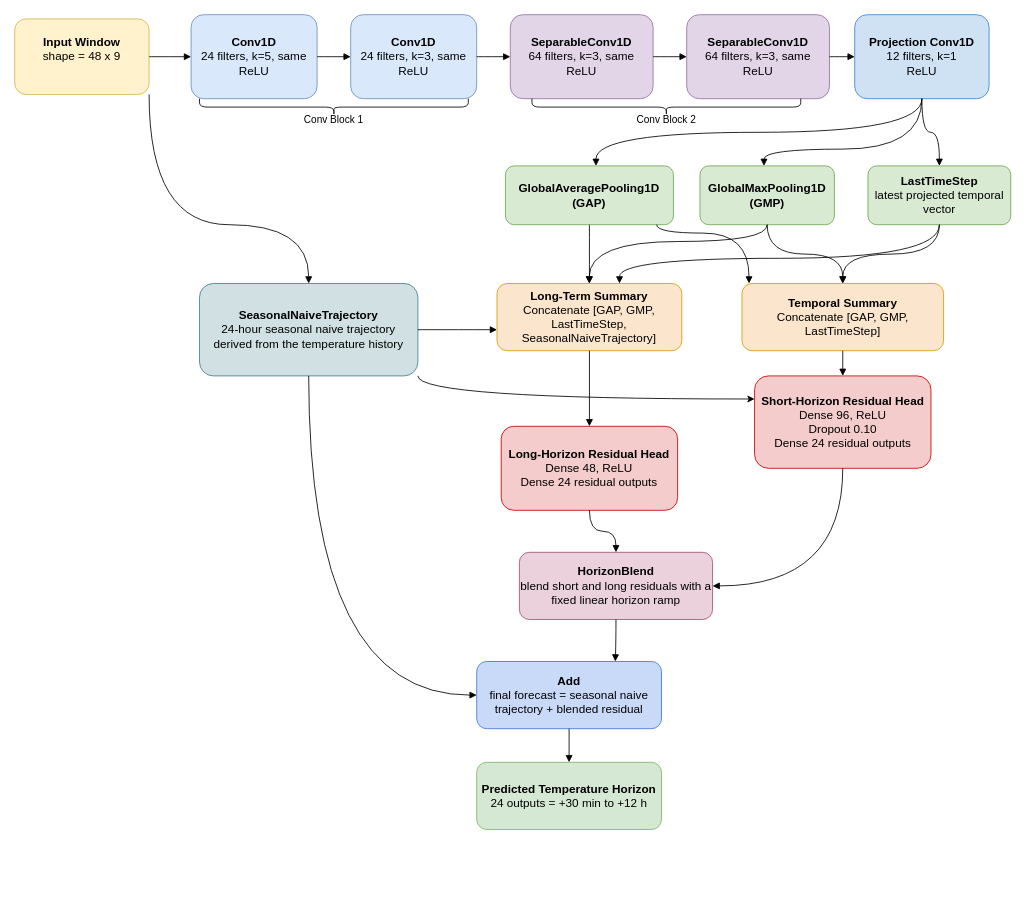
Above: page "1D CNN Model" (7 of 11) of tinyml_home_weather_forecasting.drawio in rishi-latchmepersad/TinyML-Home-Weather-Forecasting (draw.io), before the change. Source tidied: cells renumbered, new cells numbered last; positions are measured from the earlier drawing's top-left corner, leaving out a move shared by most shapes. Both pictures are drawn from the tidied source at 84%, with x=0, y=0 at pixel (14, 14).
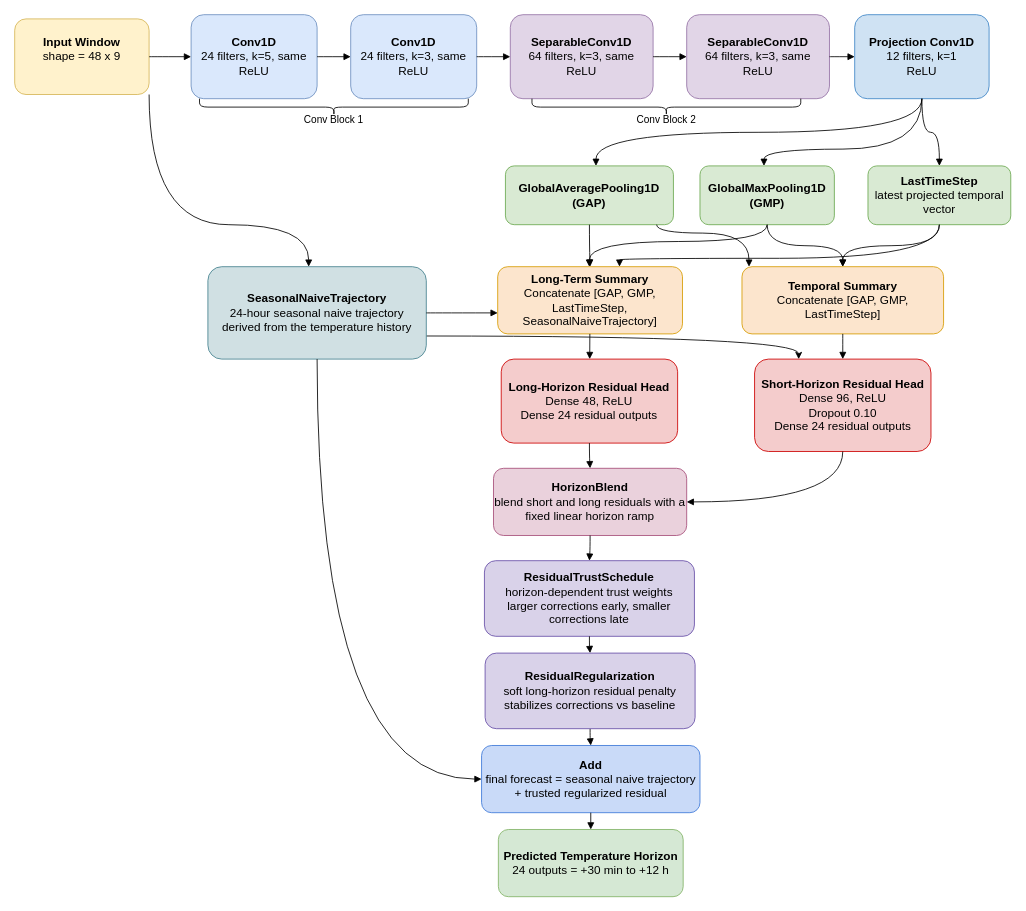
The same diagram, later.

What changed in the source:
```diff
@@
     <mxCell id="11" value="&lt;b&gt;Temporal Summary&lt;/b&gt;&lt;div&gt;Concatenate [GAP, GMP, LastTimeStep]&lt;/div&gt;" style="rounded=1;whiteSpace=wrap;html=1;fillColor=#fce5cd;strokeColor=#d79b00;fontSize=14;" parent="1" vertex="1">
-      <mxGeometry x="865.8" y="320" width="240" height="80" as="geometry" />
+      <mxGeometry x="865.8" y="300" width="240" height="80" as="geometry" />
     </mxCell>
     <mxCell id="12" value="&lt;b&gt;Short-Horizon Residual Head&lt;/b&gt;&lt;div&gt;Dense 96, ReLU&lt;/div&gt;&lt;div&gt;Dropout 0.10&lt;/div&gt;&lt;div&gt;Dense 24 residual outputs&lt;/div&gt;" style="rounded=1;whiteSpace=wrap;html=1;fillColor=#f4cccc;strokeColor=#cc0000;fontSize=14;" parent="1" vertex="1">
-      <mxGeometry x="880.8" y="430" width="210" height="110" as="geometry" />
+      <mxGeometry x="880.8" y="410" width="210" height="110" as="geometry" />
     </mxCell>
     <mxCell id="13" value="&lt;b&gt;Long-Term Summary&lt;/b&gt;&lt;div&gt;Concatenate [GAP, GMP, LastTimeStep, SeasonalNaiveTrajectory]&lt;/div&gt;" style="rounded=1;whiteSpace=wrap;html=1;fillColor=#fce5cd;strokeColor=#d79b00;fontSize=14;" parent="1" vertex="1">
-      <mxGeometry x="574.2" y="320" width="220" height="80" as="geometry" />
+      <mxGeometry x="575" y="300" width="220" height="80" as="geometry" />
     </mxCell>
     <mxCell id="14" value="&lt;b&gt;Long-Horizon Residual Head&lt;/b&gt;&lt;div&gt;Dense 48, ReLU&lt;/div&gt;&lt;div&gt;Dense 24 residual outputs&lt;/div&gt;" style="rounded=1;whiteSpace=wrap;html=1;fillColor=#f4cccc;strokeColor=#cc0000;fontSize=14;" parent="1" vertex="1">
-      <mxGeometry x="579.2" y="490" width="210" height="100" as="geometry" />
+      <mxGeometry x="579.2" y="410" width="210" height="100" as="geometry" />
     </mxCell>
     <mxCell id="15" value="&lt;b&gt;HorizonBlend&lt;/b&gt;&lt;div&gt;blend short and long residuals with a fixed linear horizon ramp&lt;/div&gt;" style="rounded=1;whiteSpace=wrap;html=1;fillColor=#ead1dc;strokeColor=#a64d79;fontSize=14;" parent="1" vertex="1">
-      <mxGeometry x="600.8" y="640" width="230" height="80" as="geometry" />
+      <mxGeometry x="570" y="540" width="230" height="80" as="geometry" />
     </mxCell>
-    <mxCell id="16" style="edgeStyle=orthogonalEdgeStyle;rounded=0;jettySize=auto;html=1;exitX=1;exitY=1;exitDx=0;exitDy=0;entryX=0;entryY=0.25;entryDx=0;entryDy=0;curved=1;" parent="1" edge="1" source="17" target="12">
+    <mxCell id="16" style="edgeStyle=orthogonalEdgeStyle;rounded=0;jettySize=auto;html=1;exitX=1;exitY=0.75;exitDx=0;exitDy=0;entryX=0.25;entryY=0;entryDx=0;entryDy=0;curved=1;" parent="1" edge="1" source="17" target="12">
       <mxGeometry relative="1" as="geometry" />
     </mxCell>
     <mxCell id="17" value="&lt;b&gt;SeasonalNaiveTrajectory&lt;/b&gt;&lt;div&gt;24-hour seasonal naive trajectory&lt;/div&gt;&lt;div&gt;derived from the temperature history&lt;/div&gt;" style="rounded=1;whiteSpace=wrap;html=1;fillColor=#d0e0e3;strokeColor=#45818e;fontSize=14;" parent="1" vertex="1">
-      <mxGeometry x="220" y="320" width="260" height="110" as="geometry" />
+      <mxGeometry x="230" y="300" width="260" height="110" as="geometry" />
     </mxCell>
-    <mxCell id="18" value="&lt;b&gt;Add&lt;/b&gt;&lt;div&gt;final forecast = seasonal naive trajectory + blended residual&lt;/div&gt;" style="rounded=1;whiteSpace=wrap;html=1;fillColor=#c9daf8;strokeColor=#3c78d8;fontSize=14;" parent="1" vertex="1">
-      <mxGeometry x="550" y="770" width="220" height="80" as="geometry" />
+    <mxCell id="18" value="&lt;b&gt;Add&lt;/b&gt;&lt;div&gt;final forecast = seasonal naive trajectory + trusted regularized residual&lt;/div&gt;" style="rounded=1;whiteSpace=wrap;html=1;fillColor=#c9daf8;strokeColor=#3c78d8;fontSize=14;" parent="1" vertex="1">
+      <mxGeometry x="555.8" y="870" width="260" height="80" as="geometry" />
     </mxCell>
     <mxCell id="19" value="&lt;b&gt;Predicted Temperature Horizon&lt;/b&gt;&lt;div&gt;24 outputs = +30 min to +12 h&lt;/div&gt;" style="rounded=1;whiteSpace=wrap;html=1;fillColor=#d5e8d4;strokeColor=#82b366;fontSize=14;" parent="1" vertex="1">
-      <mxGeometry x="550" y="890" width="220" height="80" as="geometry" />
+      <mxGeometry x="575.8" y="970" width="220" height="80" as="geometry" />
     </mxCell>
@@
-    <mxCell id="41" style="endArrow=block;html=1;rounded=0;strokeColor=#000000;entryX=0.75;entryY=0;entryDx=0;entryDy=0;edgeStyle=orthogonalEdgeStyle;curved=1;" parent="1" edge="1" source="15" target="18">
+    <mxCell id="41" style="endArrow=block;html=1;rounded=0;strokeColor=#000000;entryX=0.5;entryY=0;entryDx=0;entryDy=0;edgeStyle=orthogonalEdgeStyle;curved=1;" parent="1" edge="1" source="48" target="18">
       <mxGeometry relative="1" as="geometry" />
     </mxCell>
@@
+    <mxCell id="47" value="&lt;b&gt;ResidualTrustSchedule&lt;/b&gt;&lt;div&gt;horizon-dependent trust weights&lt;/div&gt;&lt;div&gt;larger corrections early, smaller corrections late&lt;/div&gt;" style="rounded=1;whiteSpace=wrap;html=1;fillColor=#d9d2e9;strokeColor=#674ea7;fontSize=14;" parent="1" vertex="1">
+      <mxGeometry x="559.2" y="650" width="250" height="90" as="geometry" />
+    </mxCell>
+    <mxCell id="48" value="&lt;b&gt;ResidualRegularization&lt;/b&gt;&lt;div&gt;soft long-horizon residual penalty&lt;/div&gt;&lt;div&gt;stabilizes corrections vs baseline&lt;/div&gt;" style="rounded=1;whiteSpace=wrap;html=1;fillColor=#d9d2e9;strokeColor=#674ea7;fontSize=14;" parent="1" vertex="1">
+      <mxGeometry x="560" y="760" width="250" height="90" as="geometry" />
+    </mxCell>
+    <mxCell id="49" style="endArrow=block;html=1;rounded=0;strokeColor=#000000;edgeStyle=orthogonalEdgeStyle;curved=1;" parent="1" edge="1" source="15" target="47">
+      <mxGeometry relative="1" as="geometry" />
+    </mxCell>
+    <mxCell id="50" style="endArrow=block;html=1;rounded=0;strokeColor=#000000;edgeStyle=orthogonalEdgeStyle;curved=1;" parent="1" edge="1" source="47" target="48">
+      <mxGeometry relative="1" as="geometry" />
+    </mxCell>
```
